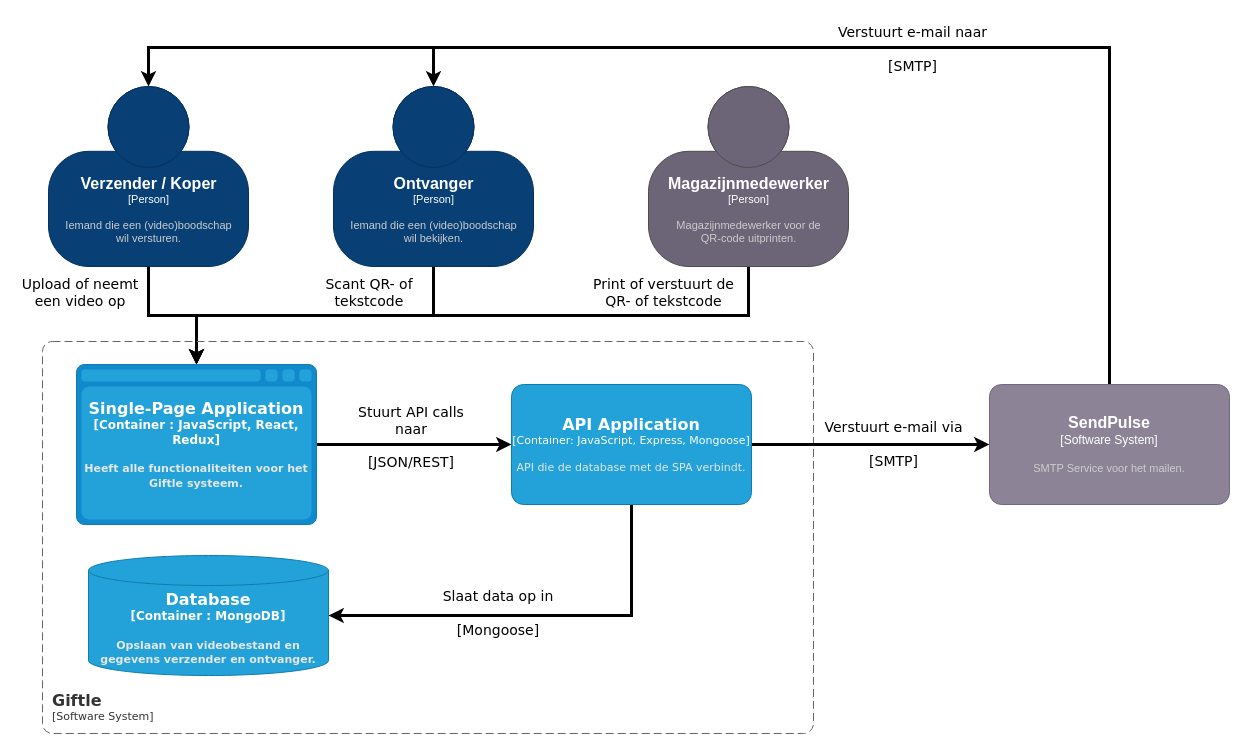
Above: koeskoes/3.Sprint2/Documentatie/Software Guidebook/assets/software_architecture/container_diagram.drawio in HANICA-DWA/sep2021-project-koeskoes (draw.io), before the change. Source tidied: cells renumbered, new cells numbered last; positions are measured from the earlier drawing's top-left corner, leaving out a move shared by most shapes. Both pictures are drawn from the tidied source at 100%, with x=0, y=0 at pixel (17, 17).
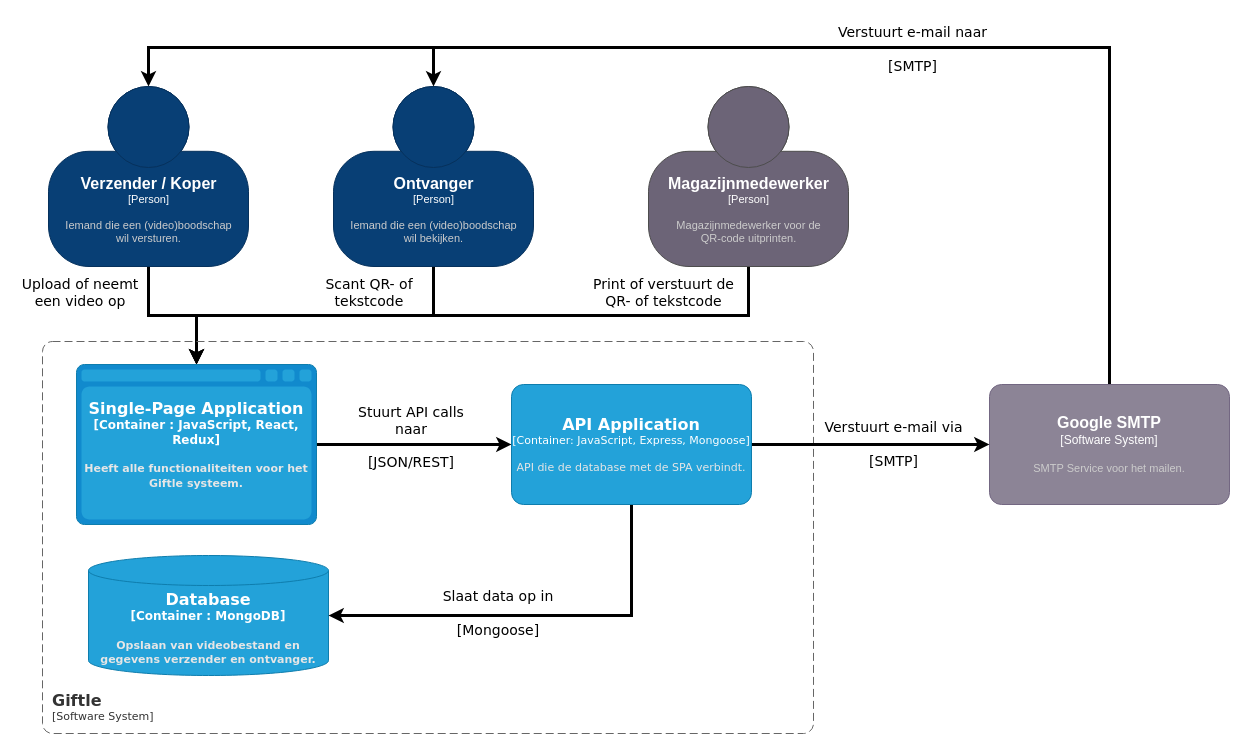
Above is the later version.

Diff of the diagram source:
```diff
@@
-    <object id="10" label="&lt;font style=&quot;font-size: 16px&quot;&gt;&lt;b&gt;%c4Name%&lt;/b&gt;&lt;/font&gt;&lt;div&gt;[%c4Type%]&lt;/div&gt;&lt;br&gt;&lt;div&gt;&lt;font style=&quot;font-size: 11px&quot;&gt;&lt;font color=&quot;#cccccc&quot;&gt;%c4Description%&lt;/font&gt;&lt;/div&gt;" c4Description="SMTP Service voor het mailen." c4Name="SendPulse" c4Type="Software System" placeholders="1">
+    <object id="10" label="&lt;font style=&quot;font-size: 16px&quot;&gt;&lt;b&gt;%c4Name%&lt;/b&gt;&lt;/font&gt;&lt;div&gt;[%c4Type%]&lt;/div&gt;&lt;br&gt;&lt;div&gt;&lt;font style=&quot;font-size: 11px&quot;&gt;&lt;font color=&quot;#cccccc&quot;&gt;%c4Description%&lt;/font&gt;&lt;/div&gt;" c4Description="SMTP Service voor het mailen." c4Name="Google SMTP" c4Type="Software System" placeholders="1">
       <mxCell style="rounded=1;whiteSpace=wrap;html=1;labelBackgroundColor=none;fillColor=#8C8496;fontColor=#ffffff;align=center;arcSize=10;strokeColor=#736782;points=[[0.25,0,0],[0.5,0,0],[0.75,0,0],[1,0.25,0],[1,0.5,0],[1,0.75,0],[0.75,1,0],[0.5,1,0],[0.25,1,0],[0,0.75,0],[0,0.5,0],[0,0.25,0]];" parent="1" vertex="1">
         <mxGeometry x="972" y="367" width="240" height="120" as="geometry" />
       </mxCell>
     </object>
```
